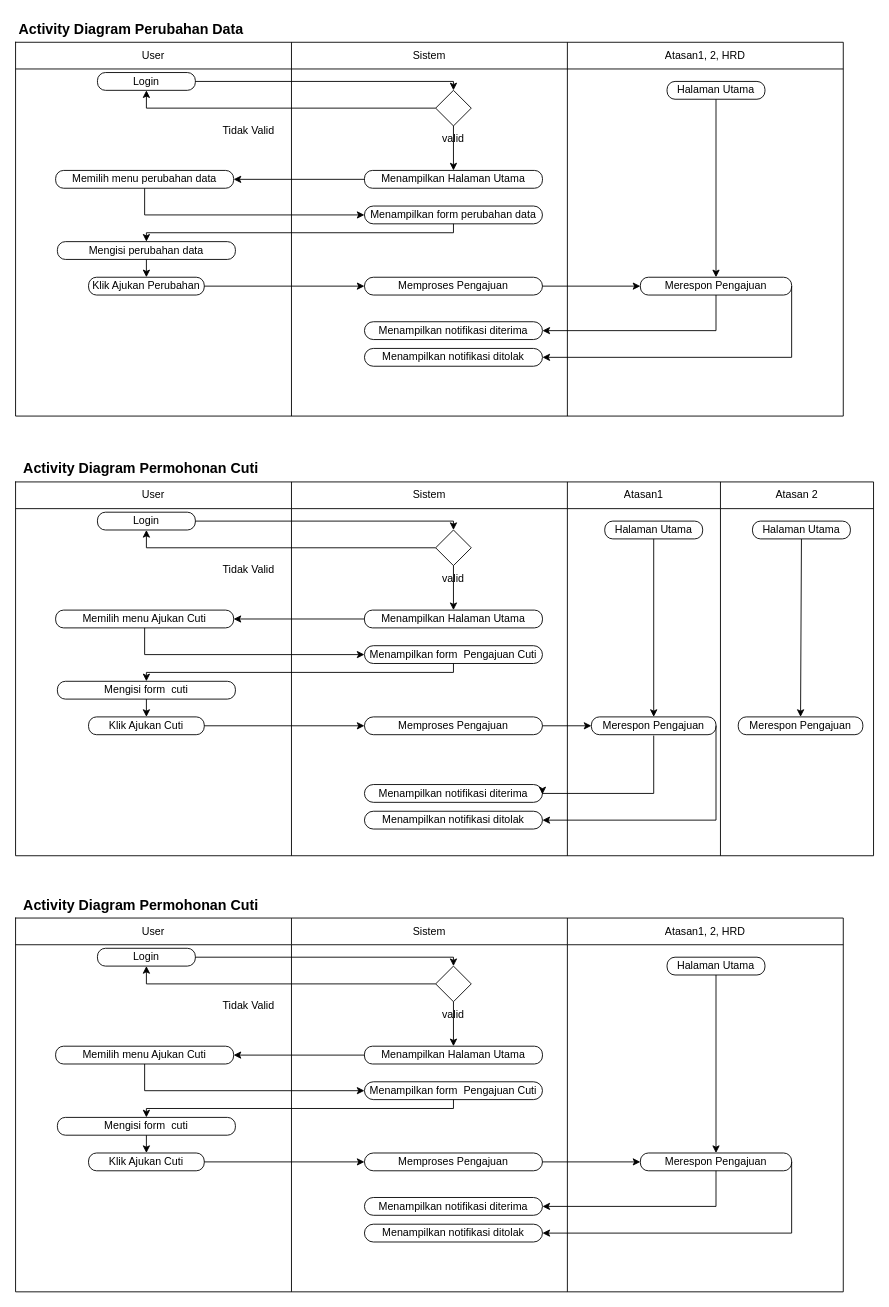
This is page "Activity Diagram" (6 of 6) of ERDS1AR/ERD S1AR.drawio from magang-aiia/ERD-Diagram, a draw.io file, before an edit. Source tidied: cells renumbered, new cells numbered last; positions are measured from the earlier drawing's top-left corner, leaving out a move shared by most shapes. Both pictures are drawn from the tidied source at 89%, with x=0, y=0 at pixel (15, 15).
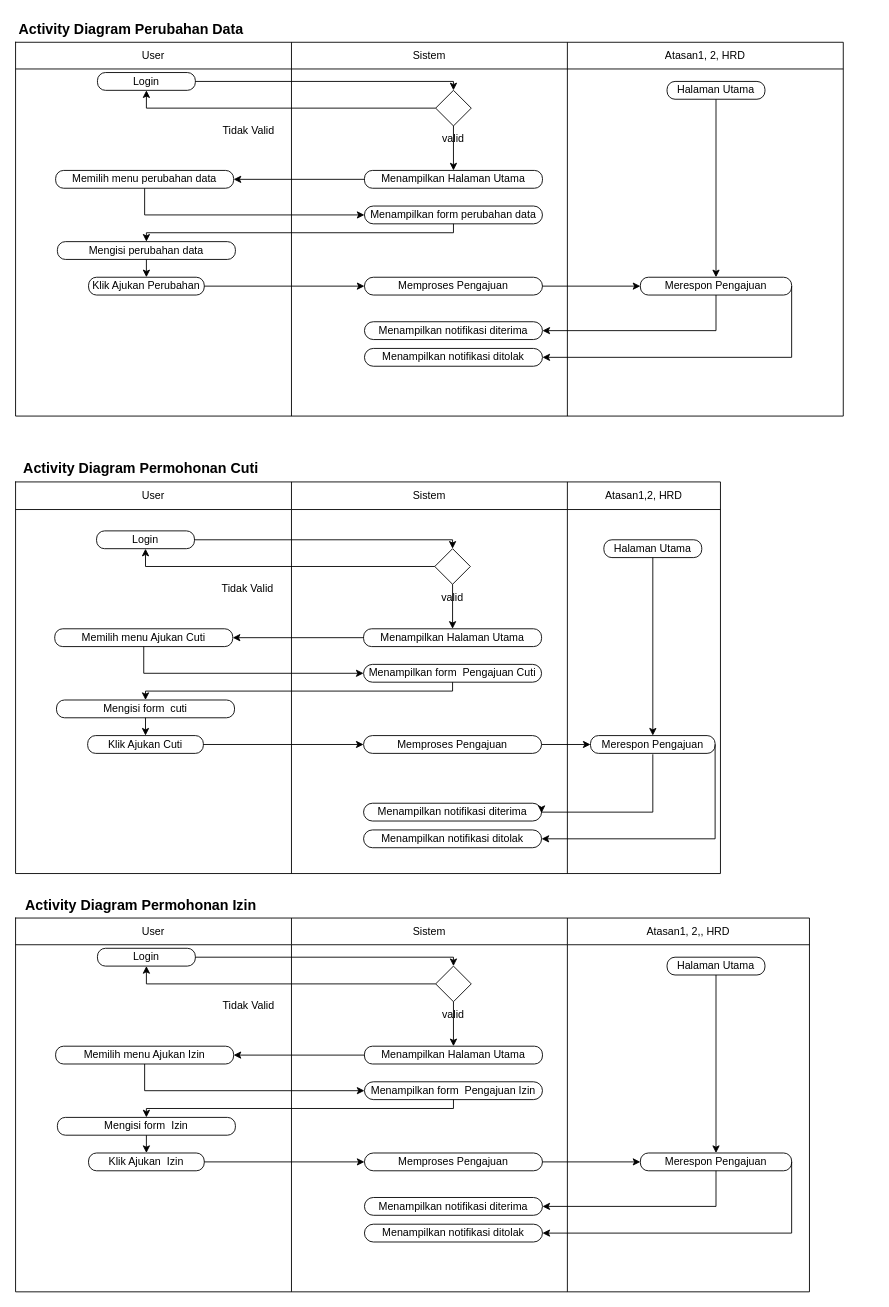
The same page after the edit.

The edit, as a diff of the source:
```diff
@@
     <mxCell id="39" style="shape=table;startSize=0;childLayout=tableLayout;" parent="1" vertex="1">
-      <mxGeometry y="524" width="964" height="420" as="geometry" />
+      <mxGeometry y="524" width="792" height="440" as="geometry" />
     </mxCell>
     <mxCell id="40" style="shape=tableRow;horizontal=0;startSize=0;swimlaneHead=0;swimlaneBody=0;top=0;left=0;bottom=0;right=0;fillColor=none;" parent="39" vertex="1">
-      <mxGeometry width="964" height="30" as="geometry" />
+      <mxGeometry width="792" height="31" as="geometry" />
     </mxCell>
     <mxCell id="41" value="User" style="shape=partialRectangle;html=1;whiteSpace=wrap;overflow=hidden;fillColor=none;top=0;left=0;bottom=0;right=0;" parent="40" vertex="1">
-      <mxGeometry width="310" height="30" as="geometry" />
+      <mxGeometry width="310" height="31" as="geometry" />
     </mxCell>
     <mxCell id="42" value="Sistem" style="shape=partialRectangle;html=1;whiteSpace=wrap;overflow=hidden;fillColor=none;top=0;left=0;bottom=0;right=0;" parent="40" vertex="1">
-      <mxGeometry x="310" width="310" height="30" as="geometry" />
+      <mxGeometry x="310" width="310" height="31" as="geometry" />
     </mxCell>
-    <mxCell id="43" value="Atasan1" style="shape=partialRectangle;html=1;whiteSpace=wrap;overflow=hidden;fillColor=none;top=0;left=0;bottom=0;right=0;" parent="40" vertex="1">
-      <mxGeometry x="620" width="172" height="30" as="geometry" />
+    <mxCell id="43" value="Atasan1,2, HRD" style="shape=partialRectangle;html=1;whiteSpace=wrap;overflow=hidden;fillColor=none;top=0;left=0;bottom=0;right=0;" parent="40" vertex="1">
+      <mxGeometry x="620" width="172" height="31" as="geometry" />
     </mxCell>
-    <mxCell id="44" value="Atasan 2" style="shape=partialRectangle;html=1;whiteSpace=wrap;overflow=hidden;fillColor=none;top=0;left=0;bottom=0;right=0;" parent="40" vertex="1">
-      <mxGeometry x="792" width="172" height="30" as="geometry" />
-    </mxCell>
     <mxCell id="45" style="shape=tableRow;horizontal=0;startSize=0;swimlaneHead=0;swimlaneBody=0;top=0;left=0;bottom=0;right=0;fillColor=none;" parent="39" vertex="1">
-      <mxGeometry y="30" width="964" height="390" as="geometry" />
+      <mxGeometry y="31" width="792" height="409" as="geometry" />
     </mxCell>
     <mxCell id="46" style="shape=partialRectangle;html=1;whiteSpace=wrap;overflow=hidden;fillColor=none;top=0;left=0;bottom=0;right=0;" parent="45" vertex="1">
-      <mxGeometry width="310" height="390" as="geometry" />
+      <mxGeometry width="310" height="409" as="geometry" />
     </mxCell>
     <mxCell id="47" style="shape=partialRectangle;html=1;whiteSpace=wrap;overflow=hidden;fillColor=none;top=0;left=0;bottom=0;right=0;" parent="45" vertex="1">
-      <mxGeometry x="310" width="310" height="390" as="geometry" />
+      <mxGeometry x="310" width="310" height="409" as="geometry" />
     </mxCell>
     <mxCell id="48" style="shape=partialRectangle;html=1;whiteSpace=wrap;overflow=hidden;fillColor=none;top=0;left=0;bottom=0;right=0;" parent="45" vertex="1">
-      <mxGeometry x="620" width="172" height="390" as="geometry" />
+      <mxGeometry x="620" width="172" height="409" as="geometry" />
     </mxCell>
-    <mxCell id="49" style="shape=partialRectangle;html=1;whiteSpace=wrap;overflow=hidden;fillColor=none;top=0;left=0;bottom=0;right=0;" parent="45" vertex="1">
-      <mxGeometry x="792" width="172" height="390" as="geometry" />
-    </mxCell>
     <mxCell id="50" value="valid" style="text;html=1;strokeColor=none;fillColor=none;align=center;verticalAlign=middle;whiteSpace=wrap;rounded=0;" parent="1" vertex="1">
-      <mxGeometry x="462" y="618" width="60" height="30" as="geometry" />
+      <mxGeometry x="461" y="639" width="60" height="30" as="geometry" />
     </mxCell>
     <mxCell id="51" value="Login" style="rounded=1;whiteSpace=wrap;html=1;arcSize=45;" parent="1" vertex="1">
-      <mxGeometry x="92" y="558" width="110" height="20" as="geometry" />
+      <mxGeometry x="91" y="579" width="110" height="20" as="geometry" />
     </mxCell>
@@
     <mxCell id="54" style="rhombus;whiteSpace=wrap;html=1;fontSize=16;" parent="1" vertex="1">
-      <mxGeometry x="472" y="578" width="40" height="40" as="geometry" />
+      <mxGeometry x="471" y="599" width="40" height="40" as="geometry" />
     </mxCell>
@@
     <mxCell id="56" style="endArrow=classic;html=1;rounded=0;fontSize=16;exitX=0;exitY=0.5;exitDx=0;exitDy=0;edgeStyle=elbowEdgeStyle;entryX=0.5;entryY=1;entryDx=0;entryDy=0;elbow=vertical;" parent="1" edge="1" source="54" target="51">
       <mxGeometry relative="1" as="geometry">
         <Array as="points">
-          <mxPoint x="202" y="598" />
+          <mxPoint x="201" y="619" />
         </Array>
       </mxGeometry>
     </mxCell>
     <mxCell id="57" value="Tidak Valid" style="text;html=1;strokeColor=none;fillColor=none;align=center;verticalAlign=middle;whiteSpace=wrap;rounded=0;" parent="1" vertex="1">
-      <mxGeometry x="222" y="608" width="80" height="30" as="geometry" />
+      <mxGeometry x="221" y="629" width="80" height="30" as="geometry" />
     </mxCell>
     <mxCell id="58" value="Menampilkan Halaman Utama" style="rounded=1;whiteSpace=wrap;html=1;arcSize=45;" parent="1" vertex="1">
-      <mxGeometry x="392" y="668" width="200" height="20" as="geometry" />
+      <mxGeometry x="391" y="689" width="200" height="20" as="geometry" />
     </mxCell>
@@
     <mxCell id="60" value="Memilih menu Ajukan Cuti" style="rounded=1;whiteSpace=wrap;html=1;arcSize=45;" parent="1" vertex="1">
-      <mxGeometry x="45" y="668" width="200" height="20" as="geometry" />
+      <mxGeometry x="44" y="689" width="200" height="20" as="geometry" />
     </mxCell>
@@
     <mxCell id="62" value="Menampilkan form&amp;nbsp; Pengajuan Cuti" style="rounded=1;whiteSpace=wrap;html=1;arcSize=50;" parent="1" vertex="1">
-      <mxGeometry x="392" y="708" width="200" height="20" as="geometry" />
+      <mxGeometry x="391" y="729" width="200" height="20" as="geometry" />
     </mxCell>
     <mxCell id="63" style="endArrow=classic;html=1;rounded=0;fontSize=16;exitX=0.5;exitY=1;exitDx=0;exitDy=0;entryX=0;entryY=0.5;entryDx=0;entryDy=0;edgeStyle=elbowEdgeStyle;elbow=vertical;" parent="1" edge="1" source="60" target="62">
       <mxGeometry relative="1" as="geometry">
         <Array as="points">
-          <mxPoint x="272" y="718" />
+          <mxPoint x="271" y="739" />
         </Array>
       </mxGeometry>
     </mxCell>
     <mxCell id="64" value="Mengisi form&amp;nbsp; cuti" style="rounded=1;whiteSpace=wrap;html=1;arcSize=45;" parent="1" vertex="1">
-      <mxGeometry x="47" y="748" width="200" height="20" as="geometry" />
+      <mxGeometry x="46" y="769" width="200" height="20" as="geometry" />
     </mxCell>
@@
     <mxCell id="66" value="Klik Ajukan Cuti" style="rounded=1;whiteSpace=wrap;html=1;arcSize=45;" parent="1" vertex="1">
-      <mxGeometry x="82" y="788" width="130" height="20" as="geometry" />
+      <mxGeometry x="81" y="809" width="130" height="20" as="geometry" />
     </mxCell>
@@
     <mxCell id="68" value="Memproses Pengajuan" style="rounded=1;whiteSpace=wrap;html=1;arcSize=50;" parent="1" vertex="1">
-      <mxGeometry x="392" y="788" width="200" height="20" as="geometry" />
+      <mxGeometry x="391" y="809" width="200" height="20" as="geometry" />
     </mxCell>
@@
     <mxCell id="70" value="Halaman Utama" style="rounded=1;whiteSpace=wrap;html=1;arcSize=45;" parent="1" vertex="1">
-      <mxGeometry x="662" y="568" width="110" height="20" as="geometry" />
+      <mxGeometry x="661" y="589" width="110" height="20" as="geometry" />
     </mxCell>
     <mxCell id="71" value="Merespon Pengajuan" style="rounded=1;whiteSpace=wrap;html=1;arcSize=45;" parent="1" vertex="1">
-      <mxGeometry x="647" y="788" width="140" height="20" as="geometry" />
+      <mxGeometry x="646" y="809" width="140" height="20" as="geometry" />
     </mxCell>
@@
     <mxCell id="74" value="Menampilkan notifikasi diterima" style="rounded=1;whiteSpace=wrap;html=1;arcSize=50;" parent="1" vertex="1">
-      <mxGeometry x="392" y="864" width="200" height="20" as="geometry" />
+      <mxGeometry x="391" y="885" width="200" height="20" as="geometry" />
     </mxCell>
     <mxCell id="75" style="endArrow=classic;html=1;rounded=0;fontSize=16;exitX=0.5;exitY=1;exitDx=0;exitDy=0;entryX=1;entryY=0.5;entryDx=0;entryDy=0;edgeStyle=elbowEdgeStyle;elbow=vertical;" parent="1" edge="1">
       <mxGeometry relative="1" as="geometry">
-        <mxPoint x="717" y="809" as="sourcePoint" />
-        <mxPoint x="592" y="875" as="targetPoint" />
+        <mxPoint x="716" y="830" as="sourcePoint" />
+        <mxPoint x="591" y="896" as="targetPoint" />
         <Array as="points">
-          <mxPoint x="662" y="874" />
+          <mxPoint x="661" y="895" />
         </Array>
       </mxGeometry>
     </mxCell>
     <mxCell id="76" value="Menampilkan notifikasi ditolak" style="rounded=1;whiteSpace=wrap;html=1;arcSize=50;" parent="1" vertex="1">
-      <mxGeometry x="392" y="894" width="200" height="20" as="geometry" />
+      <mxGeometry x="391" y="915" width="200" height="20" as="geometry" />
     </mxCell>
     <mxCell id="77" style="endArrow=classic;html=1;rounded=0;fontSize=16;exitX=1;exitY=0.5;exitDx=0;exitDy=0;entryX=1;entryY=0.5;entryDx=0;entryDy=0;edgeStyle=elbowEdgeStyle;elbow=vertical;" parent="1" edge="1" source="71" target="76">
       <mxGeometry relative="1" as="geometry">
         <Array as="points">
-          <mxPoint x="702" y="904" />
-          <mxPoint x="692" y="904" />
+          <mxPoint x="701" y="925" />
+          <mxPoint x="691" y="925" />
         </Array>
       </mxGeometry>
     </mxCell>
     <mxCell id="78" style="shape=table;startSize=0;childLayout=tableLayout;" parent="1" vertex="1">
-      <mxGeometry y="1014" width="930" height="420" as="geometry" />
+      <mxGeometry y="1014" width="892" height="420" as="geometry" />
     </mxCell>
     <mxCell id="79" style="shape=tableRow;horizontal=0;startSize=0;swimlaneHead=0;swimlaneBody=0;top=0;left=0;bottom=0;right=0;fillColor=none;" parent="78" vertex="1">
-      <mxGeometry width="930" height="30" as="geometry" />
+      <mxGeometry width="892" height="30" as="geometry" />
     </mxCell>
@@
-    <mxCell id="82" value="Atasan1, 2, HRD" style="shape=partialRectangle;html=1;whiteSpace=wrap;overflow=hidden;fillColor=none;top=0;left=0;bottom=0;right=0;" parent="79" vertex="1">
-      <mxGeometry x="620" width="310" height="30" as="geometry" />
+    <mxCell id="82" value="Atasan1, 2,, HRD" style="shape=partialRectangle;html=1;whiteSpace=wrap;overflow=hidden;fillColor=none;top=0;left=0;bottom=0;right=0;" parent="79" vertex="1">
+      <mxGeometry x="620" width="272" height="30" as="geometry" />
     </mxCell>
     <mxCell id="83" style="shape=tableRow;horizontal=0;startSize=0;swimlaneHead=0;swimlaneBody=0;top=0;left=0;bottom=0;right=0;fillColor=none;" parent="78" vertex="1">
-      <mxGeometry y="30" width="930" height="390" as="geometry" />
+      <mxGeometry y="30" width="892" height="390" as="geometry" />
     </mxCell>
@@
     <mxCell id="86" style="shape=partialRectangle;html=1;whiteSpace=wrap;overflow=hidden;fillColor=none;top=0;left=0;bottom=0;right=0;" parent="83" vertex="1">
-      <mxGeometry x="620" width="310" height="390" as="geometry" />
+      <mxGeometry x="620" width="272" height="390" as="geometry" />
     </mxCell>
@@
-    <mxCell id="90" value="Activity Diagram Permohonan Cuti" style="text;html=1;strokeColor=none;fillColor=none;align=center;verticalAlign=middle;whiteSpace=wrap;rounded=0;fontStyle=1;fontSize=16;" parent="1" vertex="1">
+    <mxCell id="90" value="Activity Diagram Permohonan Izin" style="text;html=1;strokeColor=none;fillColor=none;align=center;verticalAlign=middle;whiteSpace=wrap;rounded=0;fontStyle=1;fontSize=16;" parent="1" vertex="1">
       <mxGeometry y="984" width="282" height="30" as="geometry" />
     </mxCell>
@@
-    <mxCell id="97" value="Memilih menu Ajukan Cuti" style="rounded=1;whiteSpace=wrap;html=1;arcSize=45;" parent="1" vertex="1">
+    <mxCell id="97" value="Memilih menu Ajukan Izin" style="rounded=1;whiteSpace=wrap;html=1;arcSize=45;" parent="1" vertex="1">
       <mxGeometry x="45" y="1158" width="200" height="20" as="geometry" />
     </mxCell>
@@
-    <mxCell id="99" value="Menampilkan form&amp;nbsp; Pengajuan Cuti" style="rounded=1;whiteSpace=wrap;html=1;arcSize=50;" parent="1" vertex="1">
+    <mxCell id="99" value="Menampilkan form&amp;nbsp; Pengajuan Izin" style="rounded=1;whiteSpace=wrap;html=1;arcSize=50;" parent="1" vertex="1">
       <mxGeometry x="392" y="1198" width="200" height="20" as="geometry" />
     </mxCell>
@@
-    <mxCell id="101" value="Mengisi form&amp;nbsp; cuti" style="rounded=1;whiteSpace=wrap;html=1;arcSize=45;" parent="1" vertex="1">
+    <mxCell id="101" value="Mengisi form&amp;nbsp; Izin" style="rounded=1;whiteSpace=wrap;html=1;arcSize=45;" parent="1" vertex="1">
       <mxGeometry x="47" y="1238" width="200" height="20" as="geometry" />
     </mxCell>
@@
-    <mxCell id="103" value="Klik Ajukan Cuti" style="rounded=1;whiteSpace=wrap;html=1;arcSize=45;" parent="1" vertex="1">
+    <mxCell id="103" value="Klik Ajukan&amp;nbsp; Izin" style="rounded=1;whiteSpace=wrap;html=1;arcSize=45;" parent="1" vertex="1">
       <mxGeometry x="82" y="1278" width="130" height="20" as="geometry" />
     </mxCell>
@@
-    <mxCell id="115" style="rounded=0;jettySize=auto;elbow=vertical;html=1;exitX=0.5;exitY=1;exitDx=0;exitDy=0;entryX=0.5;entryY=0;entryDx=0;entryDy=0;fontSize=16;" parent="1" edge="1" source="116" target="117">
-      <mxGeometry relative="1" as="geometry" />
-    </mxCell>
-    <mxCell id="116" value="Halaman Utama" style="rounded=1;whiteSpace=wrap;html=1;arcSize=45;" parent="1" vertex="1">
-      <mxGeometry x="828" y="568" width="110" height="20" as="geometry" />
-    </mxCell>
-    <mxCell id="117" value="Merespon Pengajuan" style="rounded=1;whiteSpace=wrap;html=1;arcSize=45;" parent="1" vertex="1">
-      <mxGeometry x="812" y="788" width="140" height="20" as="geometry" />
-    </mxCell>
```
